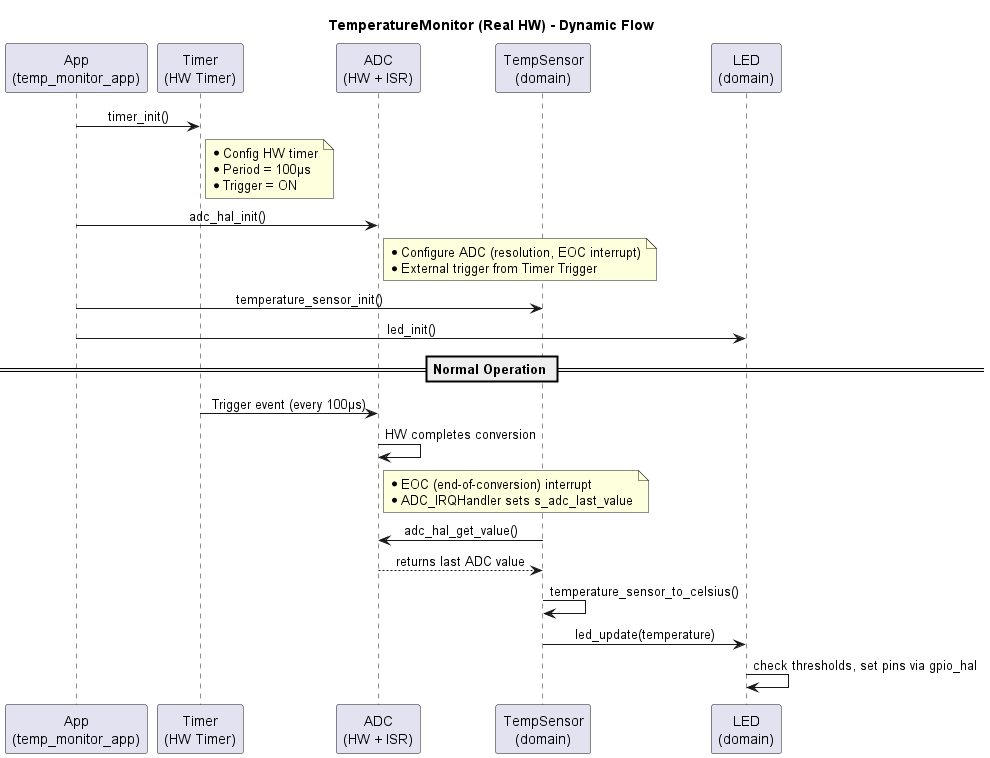
Before: docs/TemperatureMonitor_Sequence_Diagram.png, a diagram exported from PlantUML (aabuelela95/Temperature-Monitor).
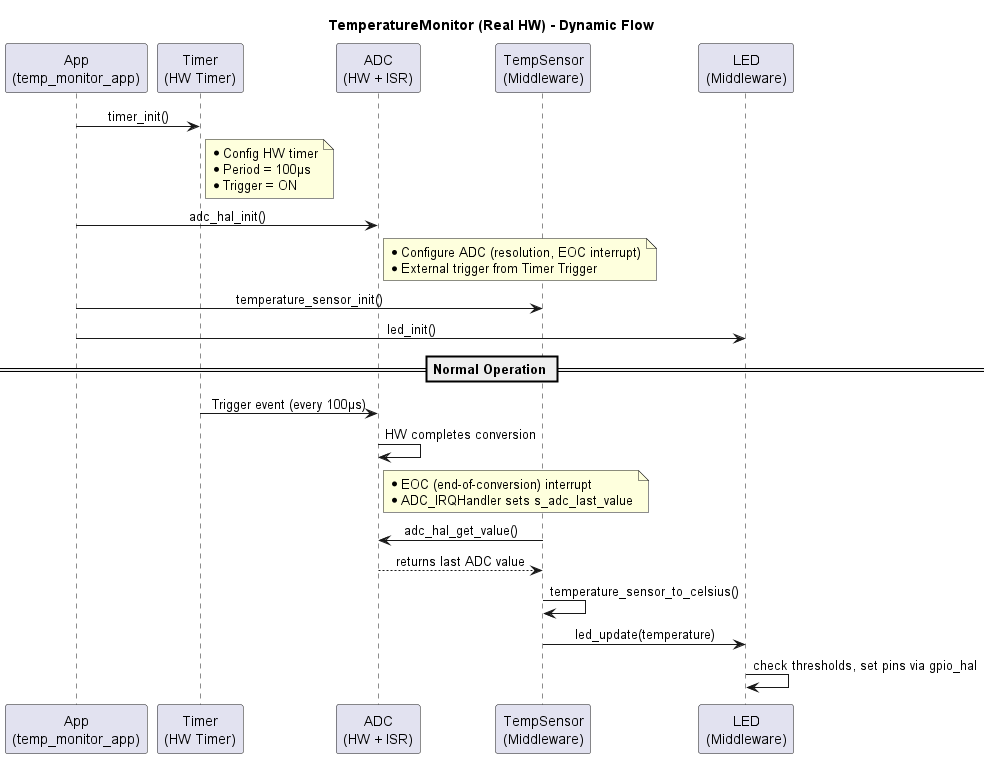
After the change.

What changed in the source:
```diff
@@ -6,8 +6,8 @@
 participant "App\n(temp_monitor_app)" as App
 participant "Timer\n(HW Timer)" as T
 participant "ADC\n(HW + ISR)" as A
-participant "TempSensor\n(domain)" as S
-participant "LED\n(domain)" as L
+participant "TempSensor\n(Middleware)" as S
+participant "LED\n(Middleware)" as L
 
 App -> T: timer_init()
 note right of T
```
